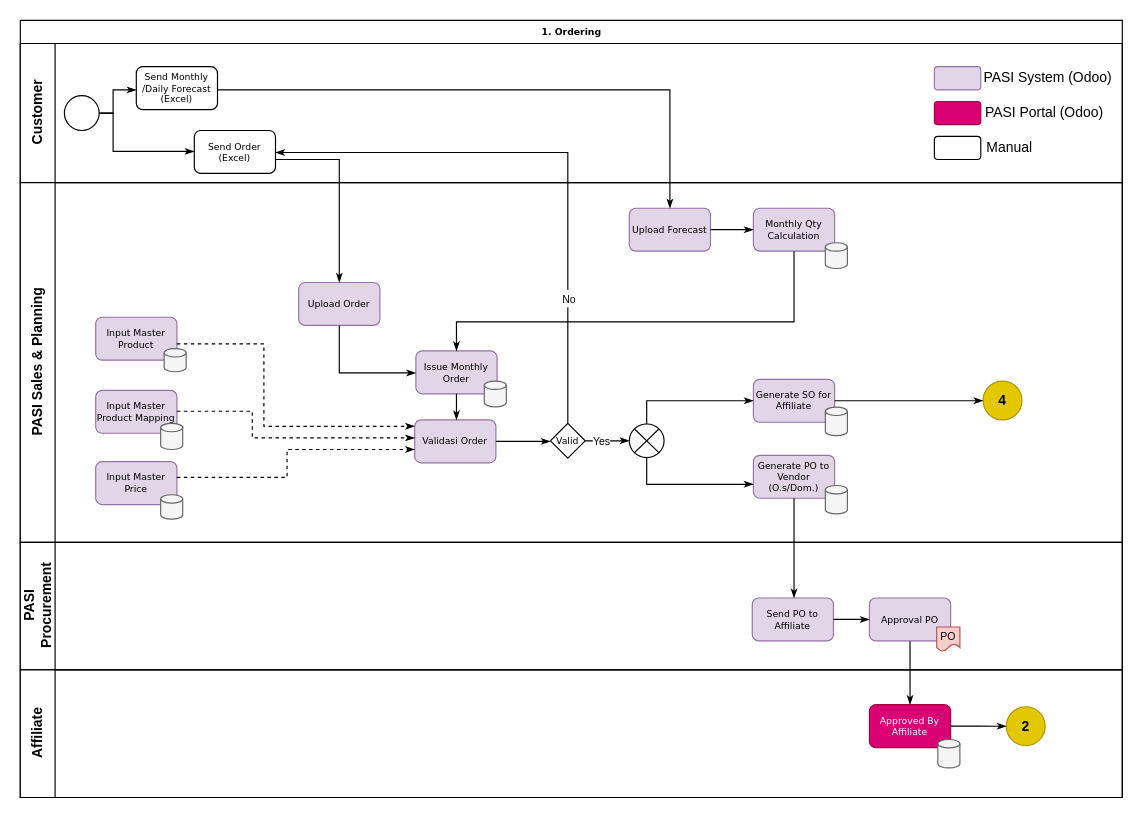
hendrasaputra0501/pasi-bpa keeps this draw.io diagram as page "1. Ordering" (1 of 5) of PASI - WMS.drawio. Above is the earlier version. Source tidied: cells renumbered, new cells numbered last; positions are measured from the earlier drawing's top-left corner, leaving out a move shared by most shapes. Both pictures are drawn from the tidied source at 116%, with x=0, y=0 at pixel (20, 20).
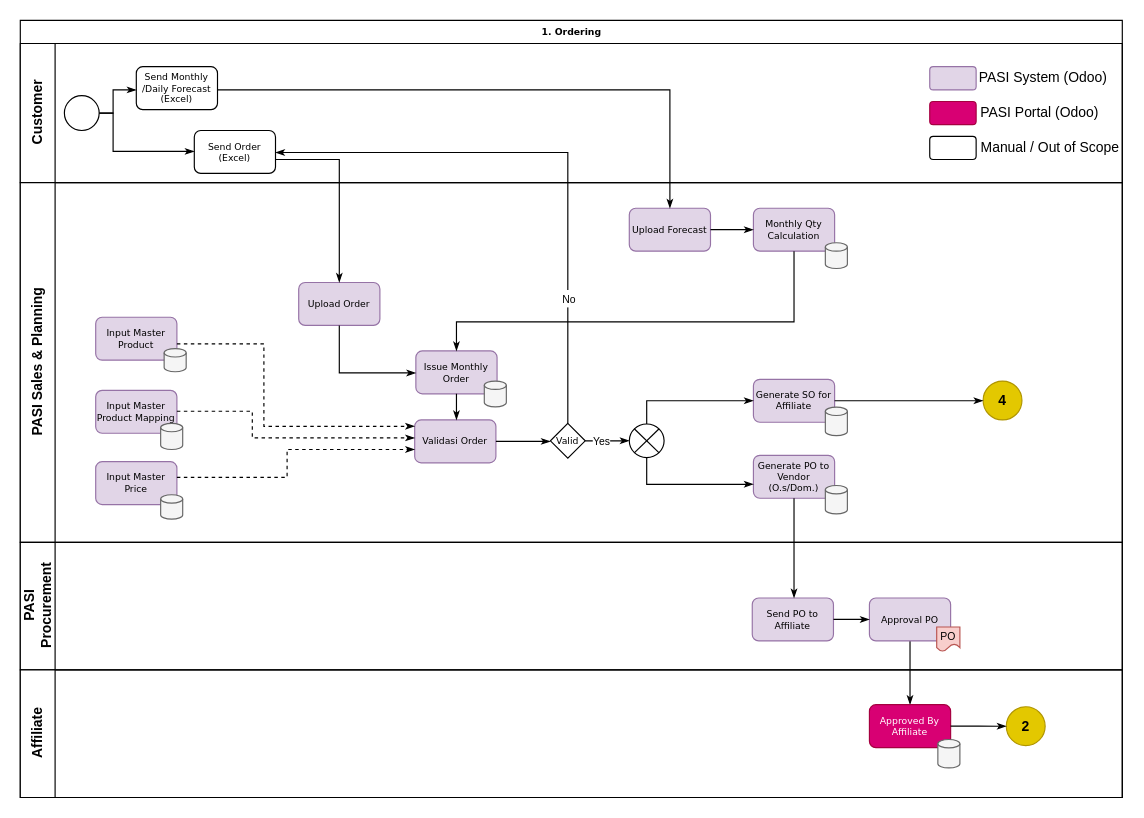
The same page after the edit.

Unchanged cells that the change refers to:
```xml
<mxCell id="3" value="Customer" style="swimlane;html=1;startSize=30;horizontal=0;" parent="2" vertex="1">
  <mxGeometry y="20" width="950" height="120" as="geometry" />
</mxCell>
```

Change to the diagram source:
```diff
@@
     <mxCell id="9" style="rounded=1;whiteSpace=wrap;html=1;fontSize=8;fillColor=#e1d5e7;strokeColor=#9673a6;shadow=0;strokeWidth=1;align=center;verticalAlign=middle;fontFamily=Verdana;fontColor=default;labelBackgroundColor=none;" parent="3" vertex="1">
-      <mxGeometry x="788" y="20" width="40" height="20" as="geometry" />
+      <mxGeometry x="784" y="20" width="40" height="20" as="geometry" />
     </mxCell>
     <mxCell id="10" style="rounded=1;whiteSpace=wrap;html=1;fontSize=8;fillColor=#d80073;strokeColor=#A50040;shadow=0;strokeWidth=1;align=center;verticalAlign=middle;fontFamily=Verdana;fontColor=#ffffff;labelBackgroundColor=none;" parent="3" vertex="1">
-      <mxGeometry x="788" y="50" width="40" height="20" as="geometry" />
+      <mxGeometry x="784" y="50" width="40" height="20" as="geometry" />
     </mxCell>
     <mxCell id="11" style="rounded=1;whiteSpace=wrap;html=1;fontSize=10;" parent="3" vertex="1">
-      <mxGeometry x="788" y="80" width="40" height="20" as="geometry" />
+      <mxGeometry x="784" y="80" width="40" height="20" as="geometry" />
     </mxCell>
     <mxCell id="12" value="PASI System (Odoo)" style="text;html=1;strokeColor=none;fillColor=none;align=center;verticalAlign=middle;whiteSpace=wrap;rounded=0;" parent="3" vertex="1">
-      <mxGeometry x="828" y="15" width="115.5" height="30" as="geometry" />
+      <mxGeometry x="824" y="15" width="115.5" height="30" as="geometry" />
     </mxCell>
     <mxCell id="13" value="PASI Portal (Odoo)" style="text;html=1;strokeColor=none;fillColor=none;align=center;verticalAlign=middle;whiteSpace=wrap;rounded=0;" parent="3" vertex="1">
-      <mxGeometry x="828" y="45" width="110" height="30" as="geometry" />
+      <mxGeometry x="824" y="45" width="110" height="30" as="geometry" />
     </mxCell>
-    <mxCell id="14" value="Manual" style="text;html=1;strokeColor=none;fillColor=none;align=center;verticalAlign=middle;whiteSpace=wrap;rounded=0;" parent="3" vertex="1">
-      <mxGeometry x="822.5" y="75" width="60" height="30" as="geometry" />
+    <mxCell id="14" value="Manual / Out of Scope" style="text;html=1;strokeColor=none;fillColor=none;align=center;verticalAlign=middle;whiteSpace=wrap;rounded=0;" parent="3" vertex="1">
+      <mxGeometry x="824" y="75" width="127.5" height="30" as="geometry" />
     </mxCell>
```
